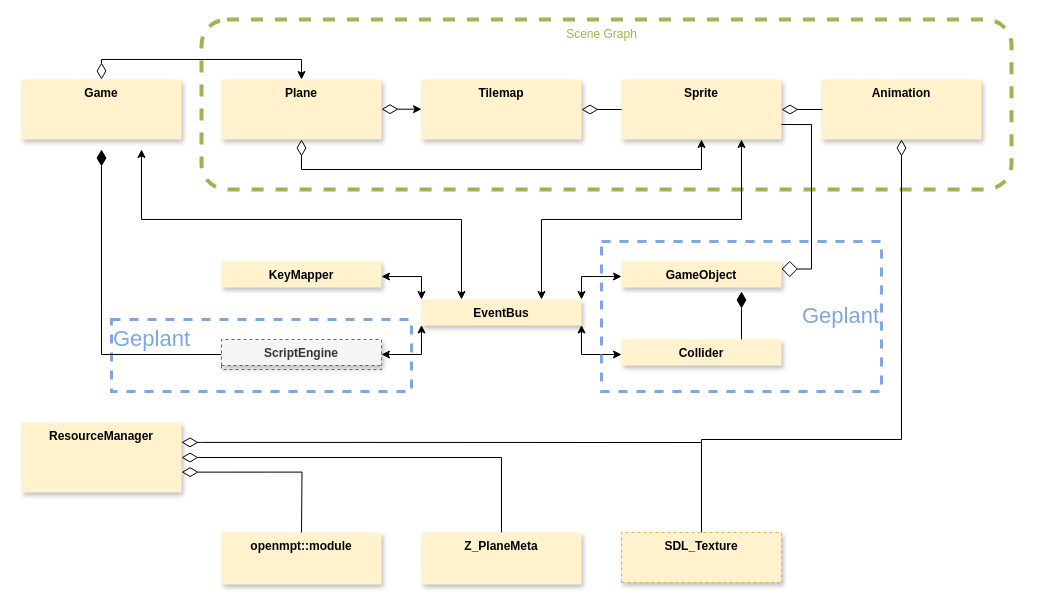
zibonbadi/flowerdefense keeps this draw.io diagram as Components.drawio. Above is the earlier version. Source tidied: cells renumbered, new cells numbered last; positions are measured from the earlier drawing's top-left corner, leaving out a move shared by most shapes. Both pictures are drawn from the tidied source at 100%, with x=0, y=0 at pixel (21, 19).
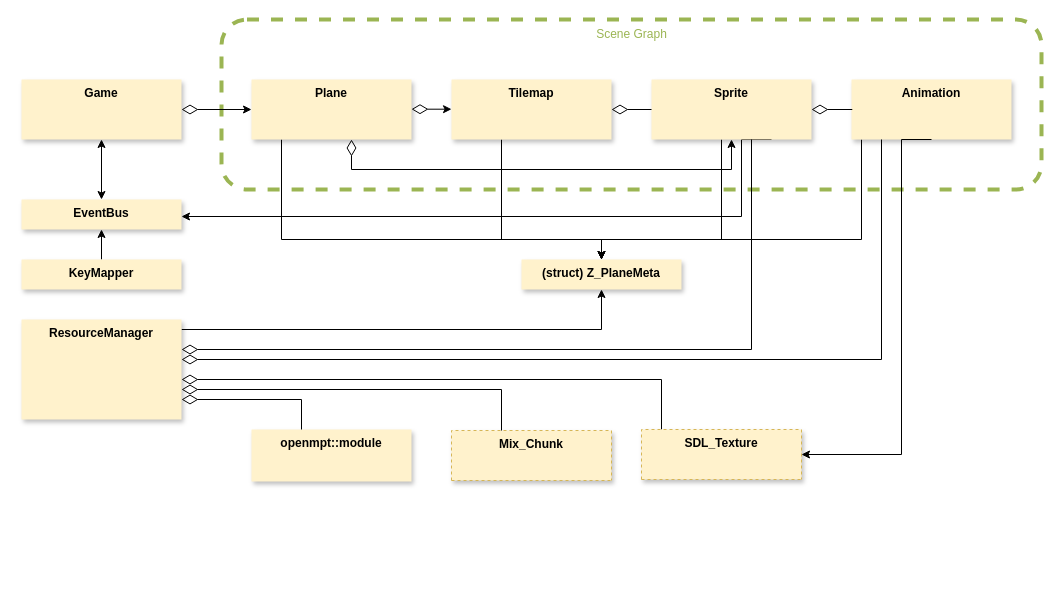
The same page after the edit.

Commit message:
Update Engine class diagram

What changed in the source:
```diff
@@
     <mxCell id="2" style="rounded=1;whiteSpace=wrap;html=1;shadow=0;dashed=1;strokeWidth=4;fillColor=none;fontColor=#333333;strokeColor=#9BB553;" parent="1" vertex="1">
-      <mxGeometry x="180" width="810" height="170" as="geometry" />
+      <mxGeometry x="200" width="820" height="170" as="geometry" />
     </mxCell>
-    <mxCell id="3" style="edgeStyle=orthogonalEdgeStyle;rounded=0;jettySize=auto;html=1;fontColor=#7EA6E0;startArrow=classic;startFill=1;exitX=0.25;exitY=0;exitDx=0;exitDy=0;entryX=0.75;entryY=1;entryDx=0;entryDy=0;" parent="1" edge="1" source="7" target="13">
-      <mxGeometry relative="1" as="geometry">
-        <Array as="points">
-          <mxPoint x="440" y="200" />
-          <mxPoint x="120" y="200" />
-        </Array>
-      </mxGeometry>
+    <mxCell id="3" style="edgeStyle=orthogonalEdgeStyle;rounded=0;jettySize=auto;html=1;fontColor=#7EA6E0;startArrow=classic;startFill=1;" parent="1" edge="1" source="7" target="13">
+      <mxGeometry relative="1" as="geometry" />
     </mxCell>
-    <mxCell id="4" value="Geplant" style="rounded=0;whiteSpace=wrap;html=1;dashed=1;fillColor=none;fontSize=22;align=left;labelPosition=center;verticalLabelPosition=middle;verticalAlign=top;strokeColor=#7EA6E0;strokeWidth=3;fontColor=#7EA6E0;" parent="1" vertex="1">
-      <mxGeometry x="90" y="300" width="300" height="72" as="geometry" />
-    </mxCell>
-    <mxCell id="5" style="edgeStyle=orthogonalEdgeStyle;rounded=0;jettySize=auto;html=1;fontSize=12;startArrow=diamondThin;startFill=0;startSize=14;exitX=0.5;exitY=1;exitDx=0;exitDy=0;" parent="1" edge="1" source="6" target="20">
+    <mxCell id="5" style="edgeStyle=orthogonalEdgeStyle;rounded=0;jettySize=auto;html=1;fontSize=12;startArrow=diamondThin;startFill=0;startSize=14;" parent="1" edge="1" source="6" target="20">
       <mxGeometry relative="1" as="geometry">
         <Array as="points">
-          <mxPoint x="280" y="150" />
-          <mxPoint x="680" y="150" />
+          <mxPoint x="330" y="150" />
+          <mxPoint x="710" y="150" />
         </Array>
       </mxGeometry>
     </mxCell>
+    <mxCell id="39" style="edgeStyle=orthogonalEdgeStyle;rounded=0;jettySize=auto;html=1;fontColor=#000000;startArrow=none;startFill=0;endArrow=classic;endFill=1;" parent="1" edge="1" source="6" target="24">
+      <mxGeometry relative="1" as="geometry">
+        <Array as="points">
+          <mxPoint x="260" y="220" />
+          <mxPoint x="580" y="220" />
+        </Array>
+      </mxGeometry>
+    </mxCell>
-    <mxCell id="6" value="Plane" style="swimlane;fontStyle=1;align=center;verticalAlign=top;horizontal=1;startSize=60;dashed=1;fontSize=12;fillColor=#fff2cc;strokeColor=none;shadow=1;" parent="1" vertex="1">
-      <mxGeometry x="200" y="60" width="160" height="60" as="geometry" />
+    <mxCell id="6" value="Plane" style="swimlane;fontStyle=1;align=center;verticalAlign=top;horizontal=1;startSize=60;dashed=1;fontSize=12;fillColor=#fff2cc;strokeColor=none;shadow=1;fontColor=#000000;" parent="1" vertex="1">
+      <mxGeometry x="230" y="60" width="160" height="60" as="geometry" />
     </mxCell>
-    <mxCell id="7" value="EventBus" style="swimlane;fontStyle=1;align=center;verticalAlign=top;horizontal=1;startSize=26;dashed=1;fontSize=12;fillColor=#fff2cc;strokeColor=none;shadow=1;" parent="1" vertex="1">
-      <mxGeometry x="400" y="280" width="160" height="34" as="geometry" />
+    <mxCell id="7" value="EventBus" style="swimlane;fontStyle=1;align=center;verticalAlign=top;horizontal=1;startSize=30;dashed=1;fontSize=12;fillColor=#fff2cc;strokeColor=none;shadow=1;fontColor=#000000;" parent="1" vertex="1">
+      <mxGeometry y="180" width="160" height="30" as="geometry" />
     </mxCell>
-    <mxCell id="8" style="edgeStyle=orthogonalEdgeStyle;rounded=0;jettySize=auto;html=1;exitX=1;exitY=0.5;exitDx=0;exitDy=0;startArrow=classic;startFill=1;entryX=0;entryY=0;entryDx=0;entryDy=0;" parent="1" edge="1" source="9" target="7">
-      <mxGeometry relative="1" as="geometry">
-        <Array as="points">
-          <mxPoint x="400" y="257" />
-        </Array>
-      </mxGeometry>
+    <mxCell id="8" style="edgeStyle=orthogonalEdgeStyle;rounded=0;jettySize=auto;html=1;startArrow=none;startFill=0;" parent="1" edge="1" source="9" target="7">
+      <mxGeometry relative="1" as="geometry" />
     </mxCell>
-    <mxCell id="9" value="KeyMapper" style="swimlane;fontStyle=1;align=center;verticalAlign=top;horizontal=1;startSize=26;dashed=1;fontSize=12;fillColor=#fff2cc;strokeColor=none;shadow=1;" parent="1" vertex="1">
-      <mxGeometry x="200" y="242" width="160" height="30" as="geometry" />
+    <mxCell id="9" value="KeyMapper" style="swimlane;fontStyle=1;align=center;verticalAlign=top;horizontal=1;startSize=30;dashed=1;fontSize=12;fillColor=#fff2cc;strokeColor=none;shadow=1;fontColor=#000000;" parent="1" vertex="1">
+      <mxGeometry y="240" width="160" height="30" as="geometry" />
     </mxCell>
-    <mxCell id="10" style="edgeStyle=orthogonalEdgeStyle;rounded=0;jettySize=auto;html=1;entryX=0.5;entryY=0;entryDx=0;entryDy=0;fontSize=12;startSize=14;startArrow=diamondThin;startFill=0;" parent="1" edge="1" source="13" target="6">
-      <mxGeometry relative="1" as="geometry">
-        <Array as="points">
-          <mxPoint x="80" y="40" />
-          <mxPoint x="280" y="40" />
-        </Array>
-      </mxGeometry>
+    <mxCell id="10" style="edgeStyle=orthogonalEdgeStyle;rounded=0;jettySize=auto;html=1;fontSize=12;startSize=14;startArrow=diamondThin;startFill=0;" parent="1" edge="1" source="13" target="6">
+      <mxGeometry relative="1" as="geometry" />
     </mxCell>
@@
-    <mxCell id="12" style="edgeStyle=orthogonalEdgeStyle;rounded=0;jettySize=auto;html=1;exitX=0.5;exitY=1;exitDx=0;exitDy=0;entryX=0;entryY=0.5;entryDx=0;entryDy=0;fontColor=#7EA6E0;startArrow=diamondThin;startFill=1;endArrow=none;endFill=0;startSize=14;endSize=14;" parent="1" edge="1" source="13" target="31">
-      <mxGeometry relative="1" as="geometry" />
-    </mxCell>
-    <mxCell id="13" value="Game" style="swimlane;fontStyle=1;align=center;verticalAlign=top;horizontal=1;startSize=60;dashed=1;fontSize=12;fillColor=#fff2cc;strokeColor=none;shadow=1;" parent="1" vertex="1">
-      <mxGeometry y="60" width="160" height="70" as="geometry" />
+    <mxCell id="13" value="Game" style="swimlane;fontStyle=1;align=center;verticalAlign=top;horizontal=1;startSize=60;dashed=1;fontSize=12;fillColor=#fff2cc;strokeColor=none;shadow=1;fontColor=#000000;" parent="1" vertex="1">
+      <mxGeometry y="60" width="160" height="60" as="geometry" />
     </mxCell>
-    <mxCell id="14" style="edgeStyle=orthogonalEdgeStyle;rounded=0;jettySize=auto;html=1;entryX=0.5;entryY=0;entryDx=0;entryDy=0;fontSize=12;startArrow=diamondThin;startFill=0;startSize=14;endArrow=none;endFill=0;exitX=1;exitY=0.284;exitDx=0;exitDy=0;exitPerimeter=0;" parent="1" edge="1" source="16" target="25">
+    <mxCell id="14" style="edgeStyle=orthogonalEdgeStyle;rounded=0;jettySize=auto;html=1;fontSize=12;startArrow=diamondThin;startFill=0;startSize=14;endArrow=none;endFill=0;" parent="1" edge="1" source="16" target="25">
       <mxGeometry relative="1" as="geometry">
         <Array as="points">
-          <mxPoint x="180" y="423" />
-          <mxPoint x="680" y="423" />
+          <mxPoint x="640" y="360" />
         </Array>
       </mxGeometry>
     </mxCell>
-    <mxCell id="15" style="edgeStyle=orthogonalEdgeStyle;rounded=0;jettySize=auto;html=1;entryX=0.5;entryY=0;entryDx=0;entryDy=0;fontSize=12;startArrow=diamondThin;startFill=0;startSize=14;endArrow=none;endFill=0;exitX=1;exitY=0.5;exitDx=0;exitDy=0;" parent="1" edge="1" source="16" target="24">
+    <mxCell id="15" style="edgeStyle=orthogonalEdgeStyle;rounded=0;jettySize=auto;html=1;fontSize=12;startArrow=none;startFill=0;startSize=14;endArrow=classic;endFill=1;" parent="1" edge="1" source="16" target="24">
       <mxGeometry relative="1" as="geometry">
         <Array as="points">
-          <mxPoint x="480" y="438" />
+          <mxPoint x="580" y="310" />
         </Array>
       </mxGeometry>
     </mxCell>
-    <mxCell id="16" value="ResourceManager&#10;" style="swimlane;fontStyle=1;align=center;verticalAlign=top;horizontal=1;startSize=70;dashed=1;fontSize=12;fillColor=#fff2cc;strokeColor=none;shadow=1;swimlaneLine=1;" parent="1" vertex="1">
-      <mxGeometry y="403" width="160" height="70" as="geometry" />
+    <mxCell id="16" value="ResourceManager&#10;" style="swimlane;fontStyle=1;align=center;verticalAlign=top;horizontal=1;startSize=100;dashed=1;fontSize=12;fillColor=#fff2cc;strokeColor=none;shadow=1;swimlaneLine=1;fontColor=#000000;" parent="1" vertex="1">
+      <mxGeometry y="300" width="160" height="100" as="geometry" />
     </mxCell>
+    <mxCell id="40" style="edgeStyle=orthogonalEdgeStyle;rounded=0;jettySize=auto;html=1;fontColor=#000000;startArrow=none;startFill=0;endArrow=classic;endFill=1;" parent="1" edge="1" source="17" target="24">
+      <mxGeometry relative="1" as="geometry">
+        <Array as="points">
+          <mxPoint x="840" y="220" />
+          <mxPoint x="580" y="220" />
+        </Array>
+      </mxGeometry>
+    </mxCell>
-    <mxCell id="17" value="Animation" style="swimlane;fontStyle=1;align=center;verticalAlign=top;horizontal=1;startSize=60;dashed=1;fontSize=12;fillColor=#fff2cc;strokeColor=none;shadow=1;" parent="1" vertex="1">
-      <mxGeometry x="800" y="60" width="160" height="60" as="geometry" />
+    <mxCell id="17" value="Animation" style="swimlane;fontStyle=1;align=center;verticalAlign=top;horizontal=1;startSize=60;dashed=1;fontSize=12;fillColor=#fff2cc;strokeColor=none;shadow=1;fontColor=#000000;" parent="1" vertex="1">
+      <mxGeometry x="830" y="60" width="160" height="60" as="geometry" />
     </mxCell>
-    <mxCell id="18" style="edgeStyle=orthogonalEdgeStyle;rounded=0;jettySize=auto;html=1;entryX=0.5;entryY=0;entryDx=0;entryDy=0;fontSize=12;startArrow=diamondThin;startFill=0;startSize=14;endArrow=none;endFill=0;exitX=0.5;exitY=1;exitDx=0;exitDy=0;" parent="1" edge="1" source="17" target="25">
+    <mxCell id="18" style="edgeStyle=orthogonalEdgeStyle;rounded=0;jettySize=auto;html=1;fontSize=12;startArrow=none;startFill=0;startSize=14;endArrow=classic;endFill=1;exitX=0.5;exitY=1;exitDx=0;exitDy=0;" parent="1" edge="1" source="17" target="25">
       <mxGeometry relative="1" as="geometry">
         <Array as="points">
-          <mxPoint x="880" y="420" />
-          <mxPoint x="680" y="420" />
+          <mxPoint x="880" y="435" />
         </Array>
       </mxGeometry>
     </mxCell>
-    <mxCell id="19" style="edgeStyle=orthogonalEdgeStyle;rounded=0;jettySize=auto;html=1;exitX=0.75;exitY=1;exitDx=0;exitDy=0;startArrow=classic;startFill=1;entryX=0.75;entryY=0;entryDx=0;entryDy=0;" parent="1" edge="1" source="20" target="7">
+    <mxCell id="19" style="edgeStyle=orthogonalEdgeStyle;rounded=0;jettySize=auto;html=1;exitX=0.75;exitY=1;exitDx=0;exitDy=0;startArrow=none;startFill=0;" parent="1" edge="1" source="20" target="7">
       <mxGeometry relative="1" as="geometry">
         <Array as="points">
-          <mxPoint x="720" y="200" />
-          <mxPoint x="520" y="200" />
+          <mxPoint x="720" y="197" />
         </Array>
       </mxGeometry>
     </mxCell>
+    <mxCell id="41" style="edgeStyle=orthogonalEdgeStyle;rounded=0;jettySize=auto;html=1;fontColor=#000000;startArrow=none;startFill=0;endArrow=classic;endFill=1;" parent="1" edge="1" source="20" target="24">
+      <mxGeometry relative="1" as="geometry">
+        <Array as="points">
+          <mxPoint x="700" y="220" />
+          <mxPoint x="580" y="220" />
+        </Array>
+      </mxGeometry>
+    </mxCell>
-    <mxCell id="20" value="Sprite" style="swimlane;fontStyle=1;align=center;verticalAlign=top;horizontal=1;startSize=60;dashed=1;fontSize=12;fillColor=#fff2cc;strokeColor=none;shadow=1;" parent="1" vertex="1">
-      <mxGeometry x="600" y="60" width="160" height="60" as="geometry" />
+    <mxCell id="20" value="Sprite" style="swimlane;fontStyle=1;align=center;verticalAlign=top;horizontal=1;startSize=60;dashed=1;fontSize=12;fillColor=#fff2cc;strokeColor=none;shadow=1;fontColor=#000000;" parent="1" vertex="1">
+      <mxGeometry x="630" y="60" width="160" height="60" as="geometry" />
     </mxCell>
     <mxCell id="21" style="edgeStyle=orthogonalEdgeStyle;rounded=0;jettySize=auto;html=1;fontSize=12;endArrow=none;endFill=0;startArrow=diamondThin;startFill=0;startSize=14;exitX=1;exitY=0.5;exitDx=0;exitDy=0;" parent="1" edge="1" source="22">
       <mxGeometry relative="1" as="geometry">
-        <mxPoint x="600" y="90" as="targetPoint" />
+        <mxPoint x="630" y="90" as="targetPoint" />
         <Array as="points">
-          <mxPoint x="600" y="90" />
+          <mxPoint x="630" y="90" />
         </Array>
       </mxGeometry>
     </mxCell>
+    <mxCell id="42" style="edgeStyle=orthogonalEdgeStyle;rounded=0;jettySize=auto;html=1;fontColor=#000000;startArrow=none;startFill=0;endArrow=classic;endFill=1;" parent="1" edge="1" source="22" target="24">
+      <mxGeometry relative="1" as="geometry">
+        <Array as="points">
+          <mxPoint x="480" y="220" />
+          <mxPoint x="580" y="220" />
+        </Array>
+      </mxGeometry>
+    </mxCell>
-    <mxCell id="22" value="Tilemap" style="swimlane;fontStyle=1;align=center;verticalAlign=top;horizontal=1;startSize=60;dashed=1;fontSize=12;fillColor=#fff2cc;strokeColor=none;shadow=1;" parent="1" vertex="1">
-      <mxGeometry x="400" y="60" width="160" height="60" as="geometry" />
+    <mxCell id="22" value="Tilemap" style="swimlane;fontStyle=1;align=center;verticalAlign=top;horizontal=1;startSize=60;dashed=1;fontSize=12;fillColor=#fff2cc;strokeColor=none;shadow=1;fontColor=#000000;" parent="1" vertex="1">
+      <mxGeometry x="430" y="60" width="160" height="60" as="geometry" />
     </mxCell>
-    <mxCell id="23" value="openmpt::module" style="swimlane;fontStyle=1;align=center;verticalAlign=top;horizontal=1;startSize=52;dashed=1;fontSize=12;fillColor=#fff2cc;strokeColor=none;shadow=1;" parent="1" vertex="1">
-      <mxGeometry x="200" y="513" width="160" height="52" as="geometry" />
+    <mxCell id="23" value="openmpt::module" style="swimlane;fontStyle=1;align=center;verticalAlign=top;horizontal=1;startSize=52;dashed=1;fontSize=12;fillColor=#fff2cc;strokeColor=none;shadow=1;fontColor=#000000;" parent="1" vertex="1">
+      <mxGeometry x="230" y="410" width="160" height="52" as="geometry" />
     </mxCell>
-    <mxCell id="24" value="Z_PlaneMeta" style="swimlane;fontStyle=1;align=center;verticalAlign=top;horizontal=1;startSize=52;dashed=1;fontSize=12;fillColor=#fff2cc;strokeColor=none;shadow=1;" parent="1" vertex="1">
-      <mxGeometry x="400" y="513" width="160" height="52" as="geometry" />
+    <mxCell id="24" value="(struct) Z_PlaneMeta" style="swimlane;fontStyle=1;align=center;verticalAlign=top;horizontal=1;startSize=52;dashed=1;fontSize=12;fillColor=#fff2cc;strokeColor=none;shadow=1;fontColor=#000000;" parent="1" vertex="1">
+      <mxGeometry x="500" y="240" width="160" height="30" as="geometry" />
     </mxCell>
-    <mxCell id="25" value="SDL_Texture" style="swimlane;fontStyle=1;align=center;verticalAlign=top;horizontal=1;startSize=50;dashed=1;fontSize=12;fillColor=#fff2cc;strokeColor=#d6b656;shadow=1;" parent="1" vertex="1">
-      <mxGeometry x="600" y="513" width="160" height="50" as="geometry" />
+    <mxCell id="25" value="SDL_Texture" style="swimlane;fontStyle=1;align=center;verticalAlign=top;horizontal=1;startSize=50;dashed=1;fontSize=12;fillColor=#fff2cc;strokeColor=#d6b656;shadow=1;fontColor=#000000;" parent="1" vertex="1">
+      <mxGeometry x="620" y="410" width="160" height="50" as="geometry" />
     </mxCell>
     <mxCell id="26" style="edgeStyle=orthogonalEdgeStyle;rounded=0;orthogonalLoop=1;jettySize=auto;html=1;fontSize=12;endArrow=none;endFill=0;startArrow=diamondThin;startFill=0;startSize=14;exitX=0.995;exitY=0.665;exitDx=0;exitDy=0;exitPerimeter=0;" parent="1" edge="1">
       <mxGeometry relative="1" as="geometry">
-        <mxPoint x="760" y="89.9" as="sourcePoint" />
-        <mxPoint x="800.8" y="90" as="targetPoint" />
+        <mxPoint x="790" y="89.9" as="sourcePoint" />
+        <mxPoint x="830.8" y="90" as="targetPoint" />
         <Array as="points">
-          <mxPoint x="800.8" y="90" />
+          <mxPoint x="830.8" y="90" />
         </Array>
       </mxGeometry>
     </mxCell>
-    <mxCell id="27" style="edgeStyle=orthogonalEdgeStyle;rounded=0;jettySize=auto;html=1;entryX=0.5;entryY=0;entryDx=0;entryDy=0;fontSize=12;startArrow=diamondThin;startFill=0;startSize=14;endArrow=none;endFill=0;exitX=1.001;exitY=0.709;exitDx=0;exitDy=0;exitPerimeter=0;" parent="1" edge="1" source="16">
+    <mxCell id="27" style="edgeStyle=orthogonalEdgeStyle;rounded=0;jettySize=auto;html=1;entryX=0.5;entryY=0;entryDx=0;entryDy=0;fontSize=12;startArrow=diamondThin;startFill=0;startSize=14;endArrow=none;endFill=0;" parent="1" edge="1" source="16">
       <mxGeometry relative="1" as="geometry">
-        <mxPoint x="280" y="513" as="targetPoint" />
+        <mxPoint x="280" y="410" as="targetPoint" />
+        <Array as="points">
+          <mxPoint x="280" y="380" />
+        </Array>
       </mxGeometry>
     </mxCell>
     <mxCell id="28" value="Scene Graph" style="text;html=1;align=center;verticalAlign=middle;strokeColor=none;fillColor=none;fontColor=#9BB553;" parent="1" vertex="1">
-      <mxGeometry x="535" width="90" height="30" as="geometry" />
+      <mxGeometry x="565" width="90" height="30" as="geometry" />
     </mxCell>
     <mxCell id="29" style="edgeStyle=orthogonalEdgeStyle;rounded=0;orthogonalLoop=1;jettySize=auto;html=1;fontSize=12;endArrow=classic;endFill=1;startArrow=diamondThin;startFill=0;startSize=14;exitX=1;exitY=0.5;exitDx=0;exitDy=0;" parent="1" edge="1">
       <mxGeometry relative="1" as="geometry">
-        <mxPoint x="360" y="89.7" as="sourcePoint" />
-        <mxPoint x="400" y="89.7" as="targetPoint" />
+        <mxPoint x="390" y="89.7" as="sourcePoint" />
+        <mxPoint x="430" y="89.7" as="targetPoint" />
         <Array as="points">
-          <mxPoint x="400" y="89.7" />
+          <mxPoint x="430" y="89.7" />
         </Array>
       </mxGeometry>
     </mxCell>
-    <mxCell id="30" style="edgeStyle=orthogonalEdgeStyle;rounded=0;jettySize=auto;html=1;exitX=1;exitY=0.5;exitDx=0;exitDy=0;fontColor=#7EA6E0;startArrow=classic;startFill=1;entryX=0;entryY=0.75;entryDx=0;entryDy=0;" parent="1" edge="1" source="31" target="7">
-      <mxGeometry relative="1" as="geometry">
-        <Array as="points">
-          <mxPoint x="400" y="335" />
-        </Array>
-      </mxGeometry>
-    </mxCell>
-    <mxCell id="31" value="ScriptEngine" style="swimlane;fontStyle=1;align=center;verticalAlign=top;horizontal=1;startSize=26;dashed=1;fontSize=12;fillColor=#f5f5f5;strokeColor=#666666;shadow=1;fillStyle=solid;sketch=0;glass=0;rounded=0;swimlaneLine=1;fontColor=#333333;" parent="1" vertex="1">
-      <mxGeometry x="200" y="320" width="160" height="30" as="geometry" />
-    </mxCell>
-    <mxCell id="32" style="edgeStyle=orthogonalEdgeStyle;rounded=0;jettySize=auto;html=1;exitX=0;exitY=0.5;exitDx=0;exitDy=0;fontColor=#7EA6E0;startArrow=classic;startFill=1;entryX=1;entryY=0.75;entryDx=0;entryDy=0;" parent="1" edge="1" source="33" target="7">
-      <mxGeometry relative="1" as="geometry">
-        <Array as="points">
-          <mxPoint x="560" y="335" />
-          <mxPoint x="560" y="310" />
-          <mxPoint x="560" y="310" />
-        </Array>
-      </mxGeometry>
-    </mxCell>
-    <mxCell id="33" value="Collider" style="swimlane;fontStyle=1;align=center;verticalAlign=top;horizontal=1;startSize=26;dashed=1;fontSize=12;fillColor=#fff2cc;strokeColor=none;shadow=1;" parent="1" vertex="1">
-      <mxGeometry x="600" y="320" width="160" height="30" as="geometry" />
-    </mxCell>
-    <mxCell id="34" style="edgeStyle=orthogonalEdgeStyle;rounded=0;jettySize=auto;html=1;fontColor=#7EA6E0;startArrow=classic;startFill=1;entryX=1;entryY=0;entryDx=0;entryDy=0;" parent="1" edge="1" source="37" target="7">
-      <mxGeometry relative="1" as="geometry" />
-    </mxCell>
-    <mxCell id="35" style="edgeStyle=orthogonalEdgeStyle;rounded=0;jettySize=auto;html=1;entryX=0.75;entryY=0;entryDx=0;entryDy=0;fontColor=#7EA6E0;startArrow=diamondThin;startFill=1;exitX=0.75;exitY=1;exitDx=0;exitDy=0;endArrow=none;endFill=0;startSize=14;" parent="1" edge="1" source="37" target="33">
-      <mxGeometry relative="1" as="geometry">
-        <Array as="points">
-          <mxPoint x="720" y="290" />
-          <mxPoint x="720" y="290" />
-        </Array>
-      </mxGeometry>
-    </mxCell>
-    <mxCell id="36" style="edgeStyle=orthogonalEdgeStyle;rounded=0;jettySize=auto;html=1;exitX=1;exitY=0.25;exitDx=0;exitDy=0;entryX=1;entryY=0.75;entryDx=0;entryDy=0;fontColor=#7EA6E0;startArrow=diamond;startFill=0;endArrow=none;endFill=0;endSize=14;startSize=14;" parent="1" edge="1" source="37" target="20">
-      <mxGeometry relative="1" as="geometry" />
-    </mxCell>
-    <mxCell id="37" value="GameObject" style="swimlane;fontStyle=1;align=center;verticalAlign=top;horizontal=1;startSize=26;dashed=1;fontSize=12;fillColor=#fff2cc;strokeColor=none;shadow=1;" parent="1" vertex="1">
-      <mxGeometry x="600" y="242" width="160" height="30" as="geometry" />
-    </mxCell>
-    <mxCell id="38" value="Geplant" style="rounded=0;whiteSpace=wrap;html=1;dashed=1;fillColor=none;fontSize=22;align=right;labelPosition=center;verticalLabelPosition=middle;verticalAlign=middle;strokeColor=#7EA6E0;strokeWidth=3;fontColor=#7EA6E0;" parent="1" vertex="1">
-      <mxGeometry x="580" y="222" width="280" height="150" as="geometry" />
-    </mxCell>
+    <mxCell id="43" value="Mix_Chunk" style="swimlane;fontStyle=1;align=center;verticalAlign=top;horizontal=1;startSize=50;dashed=1;fontSize=12;fillColor=#fff2cc;strokeColor=#d6b656;shadow=1;fontColor=#000000;" parent="1" vertex="1">
+      <mxGeometry x="430" y="411" width="160" height="50" as="geometry" />
+    </mxCell>
+    <mxCell id="44" style="edgeStyle=orthogonalEdgeStyle;rounded=0;jettySize=auto;html=1;fontSize=12;startArrow=diamondThin;startFill=0;startSize=14;endArrow=none;endFill=0;" parent="1" edge="1" source="16" target="20">
+      <mxGeometry relative="1" as="geometry">
+        <Array as="points">
+          <mxPoint x="730" y="330" />
+        </Array>
+      </mxGeometry>
+    </mxCell>
+    <mxCell id="45" style="edgeStyle=orthogonalEdgeStyle;rounded=0;jettySize=auto;html=1;fontSize=12;startArrow=diamondThin;startFill=0;startSize=14;endArrow=none;endFill=0;" parent="1" edge="1" source="16" target="17">
+      <mxGeometry relative="1" as="geometry">
+        <Array as="points">
+          <mxPoint x="860" y="340" />
+        </Array>
+      </mxGeometry>
+    </mxCell>
+    <mxCell id="46" style="edgeStyle=orthogonalEdgeStyle;rounded=0;jettySize=auto;html=1;fontSize=12;startArrow=diamondThin;startFill=0;startSize=14;endArrow=none;endFill=0;" parent="1" edge="1" source="16" target="43">
+      <mxGeometry relative="1" as="geometry">
+        <Array as="points">
+          <mxPoint x="480" y="370" />
+        </Array>
+      </mxGeometry>
+    </mxCell>
```
